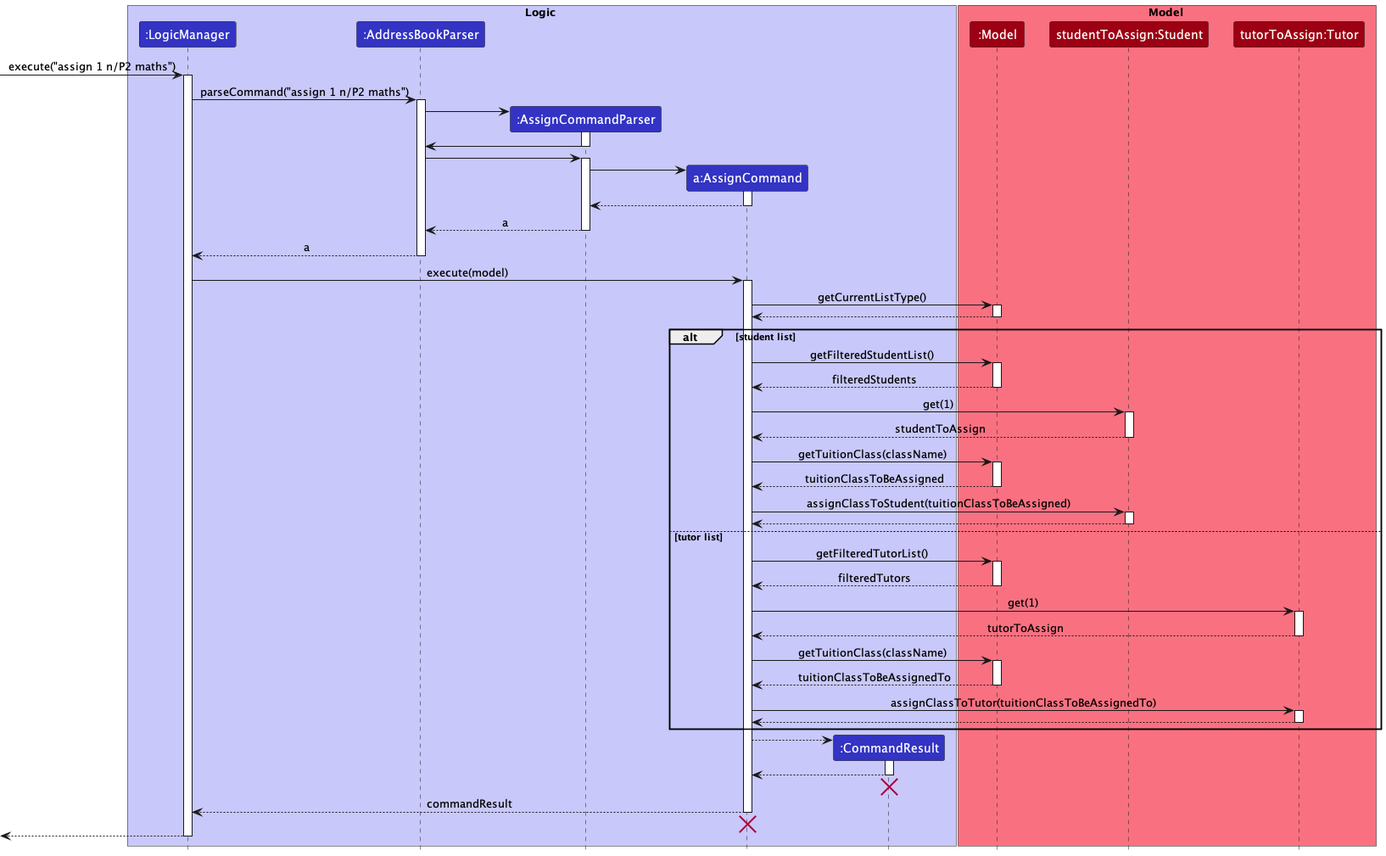
This is docs/images/AssignSequenceDiagram.png from nus-cs2103-AY2223S1/tp, a PlantUML export, as it was before one commit. Its diagram source:
```plantuml
@startuml
!include style.puml


box Logic LOGIC_COLOR_T1
participant ":LogicManager" as LogicManager LOGIC_COLOR
participant ":AddressBookParser" as AddressBookParser LOGIC_COLOR
participant ":AssignCommandParser" as AssignCommandParser LOGIC_COLOR
participant "a:AssignCommand" as AssignCommand LOGIC_COLOR
participant ":CommandResult" as CommandResult LOGIC_COLOR
end box

box Model MODEL_COLOR_T1
participant ":Model" as Model MODEL_COLOR
participant "studentToAssign:Student" as StudentToAssign MODEL_COLOR
participant "tutorToAssign:Tutor" as TutorToAssign MODEL_COLOR
end box

[-> LogicManager : execute("assign 1 n/P2 maths")
activate LogicManager

LogicManager -> AddressBookParser : parseCommand("assign 1 n/P2 maths")
activate AddressBookParser

create AssignCommandParser
AddressBookParser -> AssignCommandParser
activate AssignCommandParser

AssignCommandParser -> AddressBookParser
deactivate AssignCommandParser

AddressBookParser -> AssignCommandParser
activate AssignCommandParser

create AssignCommand
AssignCommandParser -> AssignCommand
activate AssignCommand

AssignCommand --> AssignCommandParser
deactivate AssignCommand

AssignCommandParser --> AddressBookParser : a
deactivate AssignCommandParser

AddressBookParser --> LogicManager : a
deactivate AddressBookParser

LogicManager -> AssignCommand : execute(model)
activate AssignCommand

AssignCommand -> Model : getCurrentListType()
activate Model

Model --> AssignCommand
deactivate Model

alt student list

AssignCommand -> Model : getFilteredStudentList()
activate Model

Model --> AssignCommand : filteredStudents
deactivate Model

AssignCommand -> StudentToAssign : get(1)
activate StudentToAssign

StudentToAssign --> AssignCommand : studentToAssign
deactivate StudentToAssign

AssignCommand -> Model : getTuitionClass(className)
activate Model

Model --> AssignCommand : tuitionClassToBeAssigned
deactivate Model

AssignCommand -> StudentToAssign : assignClassToStudent(tuitionClassToBeAssigned)
activate StudentToAssign

StudentToAssign --> AssignCommand
deactivate StudentToAssign

else tutor list

AssignCommand -> Model : getFilteredTutorList()
activate Model

Model --> AssignCommand : filteredTutors
deactivate Model

AssignCommand -> TutorToAssign : get(1)
activate TutorToAssign

TutorToAssign --> AssignCommand : tutorToAssign
deactivate TutorToAssign

AssignCommand -> Model : getTuitionClass(className)
activate Model

Model --> AssignCommand : tuitionClassToBeAssignedTo
deactivate Model

AssignCommand -> TutorToAssign : assignClassToTutor(tuitionClassToBeAssignedTo)
activate TutorToAssign

TutorToAssign --> AssignCommand
deactivate TutorToAssign

end

create CommandResult
AssignCommand --> CommandResult
activate CommandResult

CommandResult --> AssignCommand
deactivate CommandResult
CommandResult -[hidden]-> AssignCommand
destroy CommandResult

AssignCommand --> LogicManager : commandResult
deactivate AssignCommand

AssignCommand -[hidden]-> LogicManager
destroy AssignCommand

[<--LogicManager
deactivate LogicManager
@enduml
```
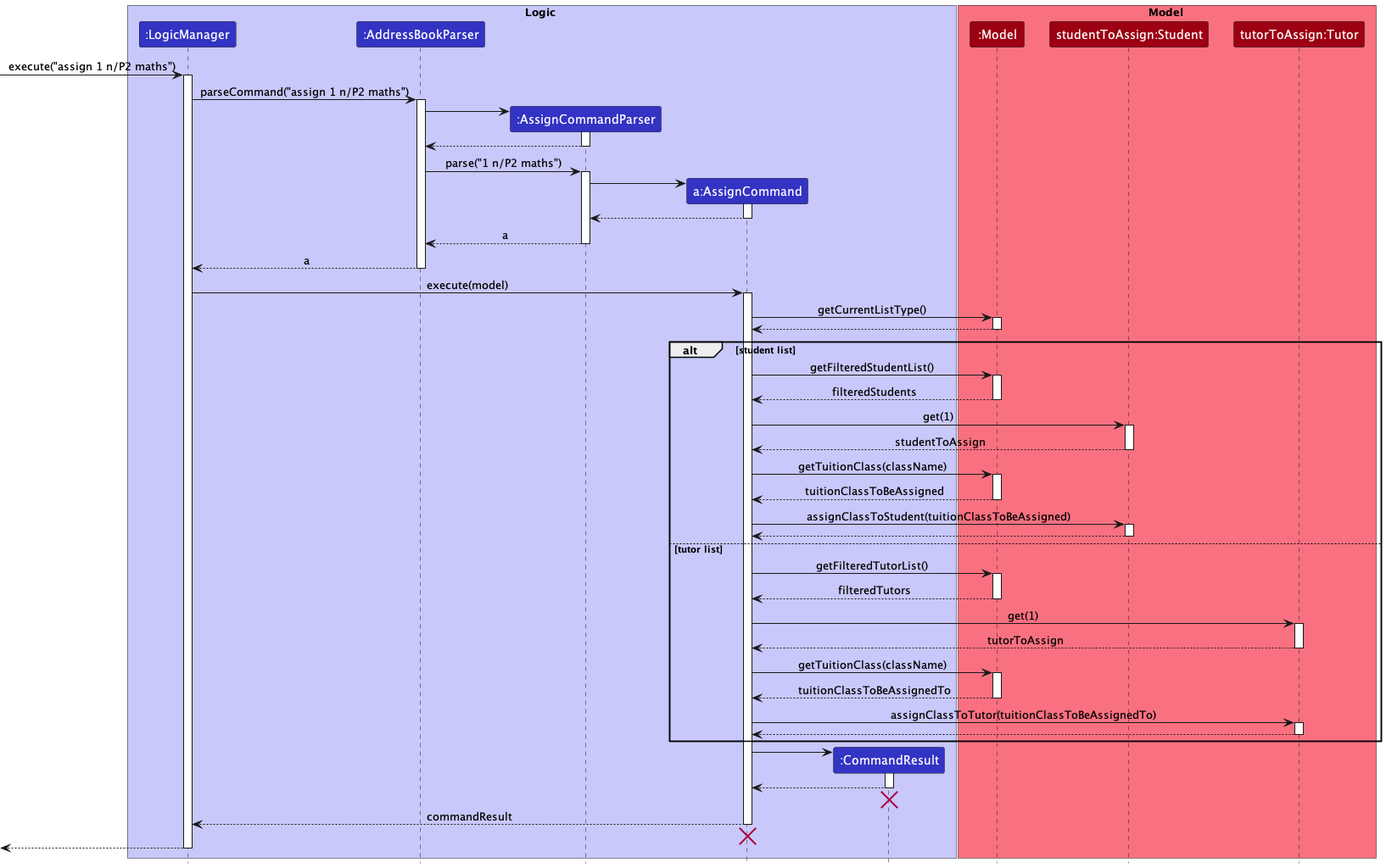
The same diagram one commit later.

Commit message:
Fix error in assign sequence diagram

Diff of the diagram source:
```diff
@@ -26,10 +26,10 @@
 AddressBookParser -> AssignCommandParser
 activate AssignCommandParser
 
-AssignCommandParser -> AddressBookParser
+AssignCommandParser --> AddressBookParser
 deactivate AssignCommandParser
 
-AddressBookParser -> AssignCommandParser
+AddressBookParser -> AssignCommandParser : parse("1 n/P2 maths")
 activate AssignCommandParser
 
 create AssignCommand
@@ -109,7 +109,7 @@
 end
 
 create CommandResult
-AssignCommand --> CommandResult
+AssignCommand -> CommandResult
 activate CommandResult
 
 CommandResult --> AssignCommand
```
